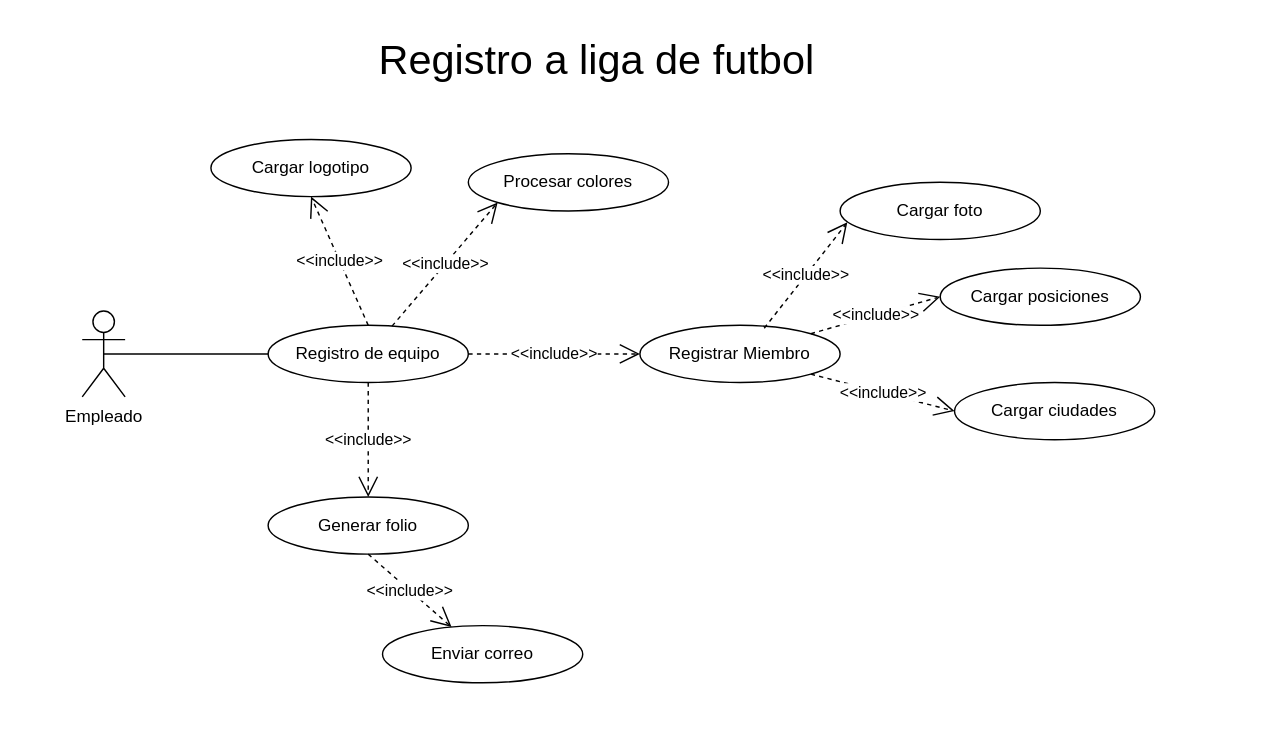
The draw.io diagram Diagramas/Inventario/Back-end/ComponentesR1.drawio in JorgeADnro/Torres, before the edit. Source tidied: cells renumbered, new cells numbered last; positions are measured from the earlier drawing's top-left corner, leaving out a move shared by most shapes. Both pictures are drawn from the tidied source at 143%, with x=0, y=0 at pixel (82, 39).
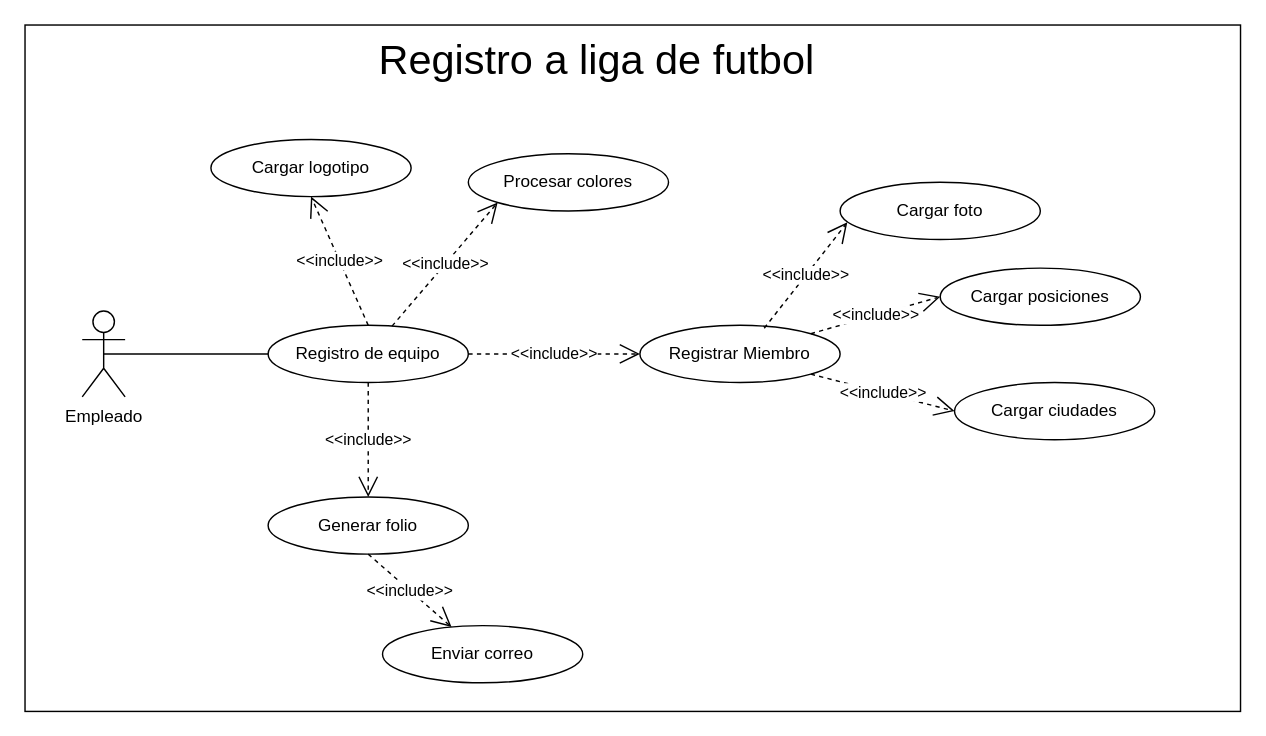
The same page after the edit.

Change to the diagram source:
```diff
@@
+    <mxCell id="22" style="rounded=0;whiteSpace=wrap;html=1;" parent="1" vertex="1">
+      <mxGeometry x="-40" y="-10" width="850" height="480" as="geometry" />
+    </mxCell>
```
